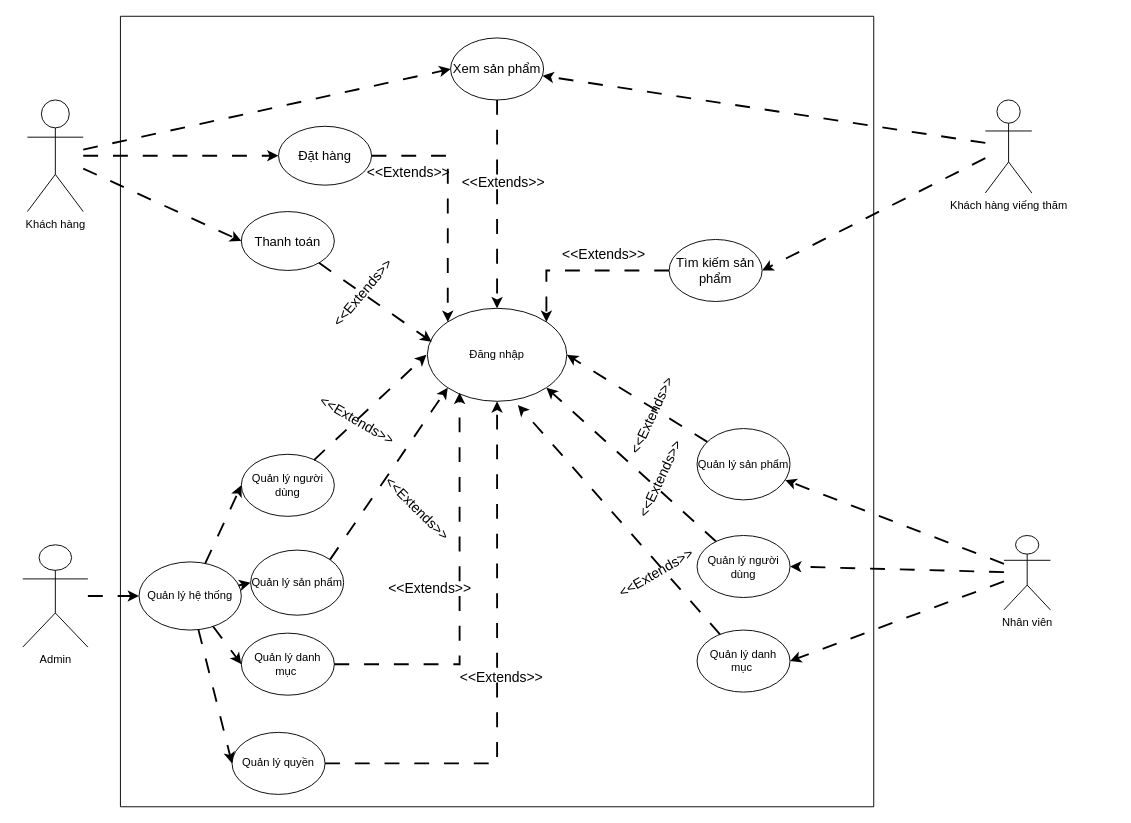
The draw.io diagram Biểu đồ không có tiêu đề.drawio in hoagduc004/BaoCao, before the edit. Source tidied: cells renumbered, new cells numbered last; positions are measured from the earlier drawing's top-left corner, leaving out a move shared by most shapes. Both pictures are drawn from the tidied source at 93%, with x=0, y=0 at pixel (22, 16).
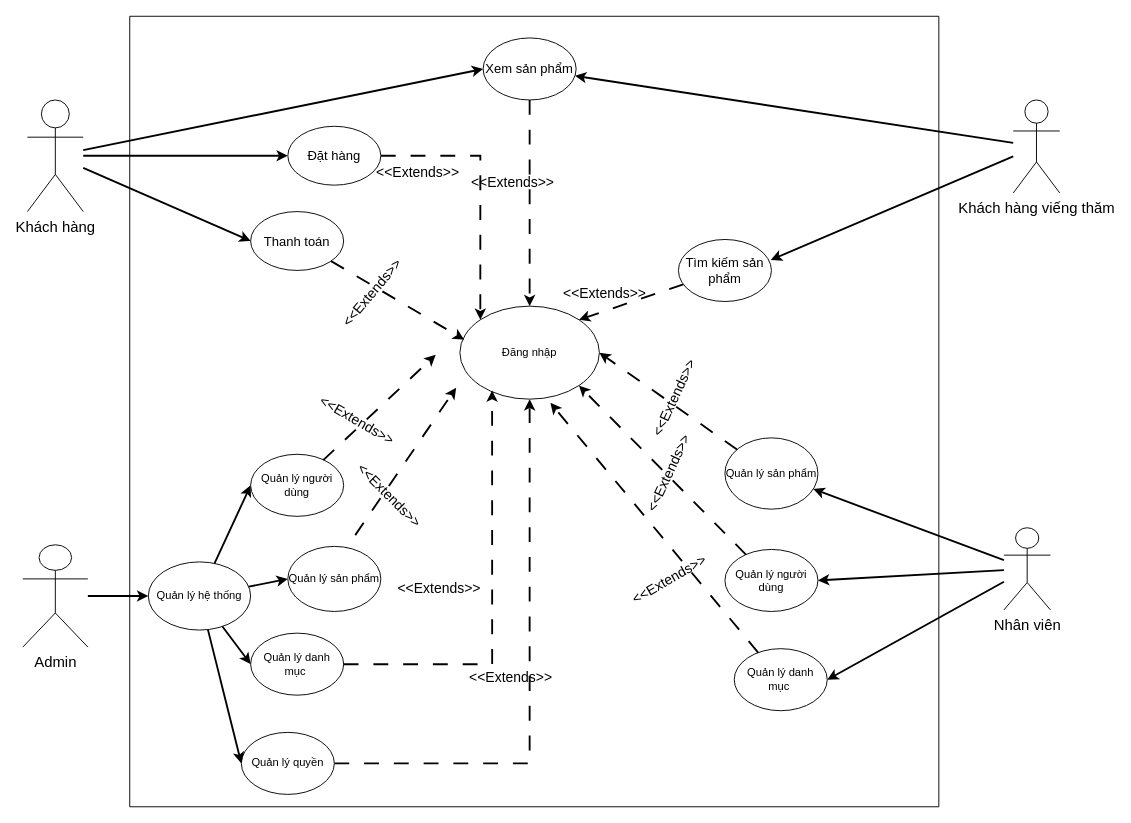
The same page after the edit.

Commit message:
Cập nhật Biểu đồ không có tiêu đề.drawio

The change refers to these unchanged cells:
```xml
<mxCell id="27" value="Quản lý quyền" style="ellipse;whiteSpace=wrap;html=1;" parent="21" vertex="1">
  <mxGeometry x="120" y="770" width="100" height="66.7" as="geometry" />
</mxCell>
<mxCell id="31" value="Quản lý hệ thống" style="ellipse;whiteSpace=wrap;html=1;" parent="21" vertex="1">
  <mxGeometry x="20" y="586.7" width="110" height="73.3" as="geometry" />
</mxCell>
<mxCell id="33" value="Quản lý người dùng" style="ellipse;whiteSpace=wrap;html=1;" parent="21" vertex="1">
  <mxGeometry x="130" y="471" width="100" height="66.7" as="geometry" />
</mxCell>
<mxCell id="38" value="Quản lý danh mục&amp;nbsp;" style="ellipse;whiteSpace=wrap;html=1;" parent="21" vertex="1">
  <mxGeometry x="130" y="663.3" width="100" height="66.7" as="geometry" />
</mxCell>
<mxCell id="42" value="&lt;font style=&quot;font-size: 14px;&quot;&gt;Đặt hàng&lt;/font&gt;" style="ellipse;whiteSpace=wrap;html=1;" parent="21" vertex="1">
  <mxGeometry x="170" y="118.3" width="100" height="63.3" as="geometry" />
</mxCell>
<mxCell id="44" value="&lt;font style=&quot;font-size: 14px;&quot;&gt;Tìm kiếm sản phẩm&lt;/font&gt;" style="ellipse;whiteSpace=wrap;html=1;" parent="21" vertex="1">
  <mxGeometry x="590" y="240" width="100" height="66.7" as="geometry" />
</mxCell>
<mxCell id="47" value="&lt;font style=&quot;font-size: 14px;&quot;&gt;Thanh toán&lt;/font&gt;" style="ellipse;whiteSpace=wrap;html=1;" parent="21" vertex="1">
  <mxGeometry x="130" y="210" width="100" height="63.3" as="geometry" />
</mxCell>
```

The edit, as a diff of the source:
```diff
@@
-    <mxCell id="2" style="rounded=0;jettySize=auto;html=1;entryX=0;entryY=0.5;entryDx=0;entryDy=0;strokeWidth=2;dashed=1;dashPattern=8 8;" parent="1" edge="1" source="3" target="31">
+    <mxCell id="2" style="rounded=0;jettySize=auto;html=1;entryX=0;entryY=0.5;entryDx=0;entryDy=0;strokeWidth=2;" parent="1" edge="1" source="3" target="31">
       <mxGeometry relative="1" as="geometry" />
     </mxCell>
-    <mxCell id="3" value="Admin" style="shape=umlActor;verticalLabelPosition=bottom;verticalAlign=top;html=1;outlineConnect=0;" parent="1" vertex="1">
+    <mxCell id="3" value="&lt;font style=&quot;font-size: 16px;&quot;&gt;Admin&lt;/font&gt;" style="shape=umlActor;verticalLabelPosition=bottom;verticalAlign=top;html=1;outlineConnect=0;" parent="1" vertex="1">
       <mxGeometry y="568.3" width="70" height="110" as="geometry" />
     </mxCell>
-    <mxCell id="4" style="rounded=0;jettySize=auto;html=1;dashed=1;dashPattern=8 8;strokeWidth=2;" parent="1" edge="1" source="7" target="11">
+    <mxCell id="4" style="rounded=0;jettySize=auto;html=1;strokeWidth=2;" parent="1" edge="1" source="7" target="11">
       <mxGeometry relative="1" as="geometry" />
     </mxCell>
-    <mxCell id="5" style="rounded=0;jettySize=auto;html=1;entryX=1;entryY=0.5;entryDx=0;entryDy=0;dashed=1;dashPattern=8 8;strokeWidth=2;" parent="1" edge="1" source="7" target="9">
+    <mxCell id="5" style="rounded=0;jettySize=auto;html=1;entryX=1;entryY=0.5;entryDx=0;entryDy=0;strokeWidth=2;" parent="1" edge="1" source="7" target="9">
       <mxGeometry relative="1" as="geometry" />
     </mxCell>
-    <mxCell id="6" style="rounded=0;jettySize=auto;html=1;entryX=1;entryY=0.5;entryDx=0;entryDy=0;strokeWidth=2;dashed=1;dashPattern=8 8;" parent="1" edge="1" source="7" target="12">
+    <mxCell id="6" style="rounded=0;jettySize=auto;html=1;entryX=1;entryY=0.5;entryDx=0;entryDy=0;strokeWidth=2;" parent="1" edge="1" source="7" target="12">
       <mxGeometry relative="1" as="geometry" />
     </mxCell>
-    <mxCell id="7" value="Nhân viên" style="shape=umlActor;verticalLabelPosition=bottom;verticalAlign=top;html=1;outlineConnect=0;" parent="1" vertex="1">
-      <mxGeometry x="1055" y="558.3" width="50" height="80" as="geometry" />
+    <mxCell id="7" value="&lt;font style=&quot;font-size: 16px;&quot;&gt;Nhân viên&lt;/font&gt;" style="shape=umlActor;verticalLabelPosition=bottom;verticalAlign=top;html=1;outlineConnect=0;" parent="1" vertex="1">
+      <mxGeometry x="1055" y="550" width="50" height="88.3" as="geometry" />
     </mxCell>
-    <mxCell id="8" style="rounded=0;jettySize=auto;html=1;entryX=1;entryY=1;entryDx=0;entryDy=0;dashed=1;dashPattern=8 8;strokeWidth=2;" parent="1" edge="1" source="9" target="22">
-      <mxGeometry relative="1" as="geometry" />
-    </mxCell>
-    <mxCell id="9" value="Quản lý người dùng" style="ellipse;whiteSpace=wrap;html=1;" parent="1" vertex="1">
-      <mxGeometry x="725" y="558.3" width="100" height="66.7" as="geometry" />
-    </mxCell>
-    <mxCell id="10" style="rounded=0;jettySize=auto;html=1;entryX=1;entryY=0.5;entryDx=0;entryDy=0;strokeWidth=2;dashed=1;dashPattern=8 8;" parent="1" edge="1" source="11" target="22">
-      <mxGeometry relative="1" as="geometry" />
-    </mxCell>
-    <mxCell id="11" value="Quản lý sản phẩm" style="ellipse;whiteSpace=wrap;html=1;" parent="1" vertex="1">
-      <mxGeometry x="725" y="443.3" width="100" height="76.7" as="geometry" />
-    </mxCell>
-    <mxCell id="12" value="Quản lý danh mục&amp;nbsp;" style="ellipse;whiteSpace=wrap;html=1;" parent="1" vertex="1">
-      <mxGeometry x="725" y="660" width="100" height="66.7" as="geometry" />
-    </mxCell>
-    <mxCell id="13" style="rounded=0;jettySize=auto;html=1;entryX=0;entryY=0.5;entryDx=0;entryDy=0;dashed=1;dashPattern=8 8;strokeWidth=2;" parent="1" edge="1" source="16" target="42">
+    <mxCell id="13" style="rounded=0;jettySize=auto;html=1;entryX=0;entryY=0.5;entryDx=0;entryDy=0;strokeWidth=2;" parent="1" edge="1" source="16" target="42">
       <mxGeometry relative="1" as="geometry" />
     </mxCell>
-    <mxCell id="14" style="rounded=0;jettySize=auto;html=1;entryX=0;entryY=0.5;entryDx=0;entryDy=0;dashed=1;dashPattern=8 8;strokeWidth=2;" parent="1" edge="1" source="16" target="47">
+    <mxCell id="14" style="rounded=0;jettySize=auto;html=1;entryX=0;entryY=0.5;entryDx=0;entryDy=0;strokeWidth=2;" parent="1" edge="1" source="16" target="47">
       <mxGeometry relative="1" as="geometry" />
     </mxCell>
-    <mxCell id="15" style="rounded=0;jettySize=auto;html=1;entryX=0;entryY=0.5;entryDx=0;entryDy=0;dashed=1;dashPattern=8 8;strokeWidth=2;" parent="1" edge="1" source="16" target="46">
+    <mxCell id="15" style="rounded=0;jettySize=auto;html=1;entryX=0;entryY=0.5;entryDx=0;entryDy=0;strokeWidth=2;" parent="1" edge="1" source="16" target="46">
       <mxGeometry relative="1" as="geometry" />
     </mxCell>
-    <mxCell id="16" value="Khách hàng" style="shape=umlActor;verticalLabelPosition=bottom;verticalAlign=top;html=1;outlineConnect=0;" parent="1" vertex="1">
+    <mxCell id="16" value="&lt;font style=&quot;font-size: 16px;&quot;&gt;Khách hàng&lt;/font&gt;" style="shape=umlActor;verticalLabelPosition=bottom;verticalAlign=top;html=1;outlineConnect=0;" parent="1" vertex="1">
       <mxGeometry x="5" y="90" width="60" height="120" as="geometry" />
     </mxCell>
-    <mxCell id="17" style="rounded=0;jettySize=auto;html=1;dashed=1;dashPattern=8 8;strokeWidth=2;" parent="1" edge="1" source="19" target="46">
+    <mxCell id="17" style="rounded=0;jettySize=auto;html=1;strokeWidth=2;" parent="1" edge="1" source="19" target="46">
       <mxGeometry relative="1" as="geometry" />
     </mxCell>
-    <mxCell id="18" style="rounded=0;jettySize=auto;html=1;entryX=1;entryY=0.5;entryDx=0;entryDy=0;dashed=1;dashPattern=8 8;strokeWidth=2;" parent="1" edge="1" source="19" target="44">
+    <mxCell id="18" style="rounded=0;jettySize=auto;html=1;entryX=0.993;entryY=0.33;entryDx=0;entryDy=0;strokeWidth=2;entryPerimeter=0;" parent="1" edge="1" source="19" target="44">
       <mxGeometry relative="1" as="geometry" />
     </mxCell>
-    <mxCell id="19" value="Khách hàng viếng thăm" style="shape=umlActor;verticalLabelPosition=bottom;verticalAlign=top;html=1;outlineConnect=0;" parent="1" vertex="1">
-      <mxGeometry x="1035" y="90" width="50" height="100" as="geometry" />
+    <mxCell id="19" value="&lt;font style=&quot;font-size: 16px;&quot;&gt;Khách hàng viếng thăm&lt;/font&gt;" style="shape=umlActor;verticalLabelPosition=bottom;verticalAlign=top;html=1;outlineConnect=0;" parent="1" vertex="1">
+      <mxGeometry x="1065" y="90" width="50" height="100" as="geometry" />
     </mxCell>
@@
     <mxCell id="21" style="swimlane;startSize=0;" parent="1" vertex="1">
-      <mxGeometry x="105" width="810" height="850" as="geometry" />
+      <mxGeometry x="115" width="870" height="850" as="geometry" />
     </mxCell>
     <mxCell id="22" value="Đăng nhập" style="ellipse;whiteSpace=wrap;html=1;" parent="21" vertex="1">
-      <mxGeometry x="330" y="314" width="150" height="100" as="geometry" />
+      <mxGeometry x="355" y="311.7" width="150" height="100" as="geometry" />
     </mxCell>
     <mxCell id="23" value="&lt;font style=&quot;font-size: 15px;&quot;&gt;&amp;lt;&amp;lt;Extends&amp;gt;&amp;gt;&lt;/font&gt;" style="text;html=1;align=center;verticalAlign=middle;whiteSpace=wrap;rounded=0;rotation=45;" parent="21" vertex="1">
-      <mxGeometry x="290" y="514" width="60" height="30" as="geometry" />
+      <mxGeometry x="250" y="500" width="60" height="30" as="geometry" />
     </mxCell>
-    <mxCell id="24" style="rounded=0;jettySize=auto;html=1;entryX=0;entryY=1;entryDx=0;entryDy=0;dashed=1;dashPattern=8 8;strokeWidth=2;exitX=1;exitY=0;exitDx=0;exitDy=0;" parent="21" edge="1" source="36" target="22">
-      <mxGeometry relative="1" as="geometry" />
+    <mxCell id="24" style="rounded=0;orthogonalLoop=1;jettySize=auto;html=1;entryX=0;entryY=1;entryDx=0;entryDy=0;dashed=1;dashPattern=8 8;strokeWidth=2;exitX=1;exitY=0;exitDx=0;exitDy=0;" parent="21" edge="1">
+      <mxGeometry relative="1" as="geometry">
+        <mxPoint x="224.4" y="584.3" as="sourcePoint" />
+        <mxPoint x="351" y="399.4" as="targetPoint" />
+      </mxGeometry>
     </mxCell>
@@
     <mxCell id="29" value="&lt;font style=&quot;font-size: 15px;&quot;&gt;&amp;lt;&amp;lt;Extends&amp;gt;&amp;gt;&lt;/font&gt;" style="text;html=1;align=center;verticalAlign=middle;whiteSpace=wrap;rounded=0;rotation=-65;" parent="21" vertex="1">
-      <mxGeometry x="541" y="414" width="60" height="30" as="geometry" />
+      <mxGeometry x="555" y="395" width="60" height="30" as="geometry" />
     </mxCell>
     <mxCell id="30" value="&lt;font style=&quot;font-size: 15px;&quot;&gt;&amp;lt;&amp;lt;Extends&amp;gt;&amp;gt;&lt;/font&gt;" style="text;html=1;align=center;verticalAlign=middle;whiteSpace=wrap;rounded=0;rotation=-30;" parent="21" vertex="1">
-      <mxGeometry x="546" y="583" width="60" height="30" as="geometry" />
+      <mxGeometry x="550" y="590" width="60" height="30" as="geometry" />
     </mxCell>
@@
-    <mxCell id="32" style="rounded=0;jettySize=auto;html=1;entryX=0;entryY=0.5;entryDx=0;entryDy=0;elbow=vertical;dashed=1;dashPattern=8 8;strokeWidth=2;" parent="21" edge="1" source="31" target="27">
+    <mxCell id="32" style="rounded=0;jettySize=auto;html=1;entryX=0;entryY=0.5;entryDx=0;entryDy=0;elbow=vertical;strokeWidth=2;" parent="21" edge="1" source="31" target="27">
       <mxGeometry relative="1" as="geometry" />
     </mxCell>
@@
-    <mxCell id="34" style="rounded=0;jettySize=auto;html=1;entryX=0;entryY=0.5;entryDx=0;entryDy=0;dashed=1;dashPattern=8 8;strokeWidth=2;" parent="21" edge="1" source="31" target="33">
+    <mxCell id="34" style="rounded=0;jettySize=auto;html=1;entryX=0;entryY=0.5;entryDx=0;entryDy=0;strokeWidth=2;" parent="21" edge="1" source="31" target="33">
       <mxGeometry relative="1" as="geometry" />
     </mxCell>
@@
     <mxCell id="36" value="Quản lý sản phẩm" style="ellipse;whiteSpace=wrap;html=1;" parent="21" vertex="1">
-      <mxGeometry x="140" y="574" width="100" height="70" as="geometry" />
+      <mxGeometry x="170" y="570" width="100" height="70" as="geometry" />
     </mxCell>
-    <mxCell id="37" style="rounded=0;jettySize=auto;html=1;entryX=0;entryY=0.5;entryDx=0;entryDy=0;strokeWidth=2;dashed=1;dashPattern=8 8;" parent="21" edge="1" source="31" target="36">
+    <mxCell id="37" style="rounded=0;jettySize=auto;html=1;entryX=0;entryY=0.5;entryDx=0;entryDy=0;strokeWidth=2;" parent="21" edge="1" source="31" target="36">
       <mxGeometry relative="1" as="geometry" />
     </mxCell>
@@
-    <mxCell id="39" style="rounded=0;jettySize=auto;html=1;entryX=0;entryY=0.5;entryDx=0;entryDy=0;dashed=1;dashPattern=8 8;strokeWidth=2;" parent="21" edge="1" source="31" target="38">
+    <mxCell id="39" style="rounded=0;jettySize=auto;html=1;entryX=0;entryY=0.5;entryDx=0;entryDy=0;strokeWidth=2;" parent="21" edge="1" source="31" target="38">
       <mxGeometry relative="1" as="geometry" />
     </mxCell>
@@
-    <mxCell id="43" style="edgeStyle=orthogonalEdgeStyle;rounded=0;jettySize=auto;html=1;entryX=1;entryY=0;entryDx=0;entryDy=0;dashed=1;dashPattern=8 8;strokeWidth=2;" parent="21" edge="1" source="44" target="22">
+    <mxCell id="43" style="rounded=0;jettySize=auto;html=1;entryX=1;entryY=0;entryDx=0;entryDy=0;dashed=1;dashPattern=8 8;strokeWidth=2;" parent="21" edge="1" source="44" target="22">
       <mxGeometry relative="1" as="geometry" />
     </mxCell>
@@
     <mxCell id="46" value="&lt;font style=&quot;font-size: 14px;&quot;&gt;Xem sản phẩm&lt;/font&gt;" style="ellipse;whiteSpace=wrap;html=1;" parent="21" vertex="1">
-      <mxGeometry x="355" y="23.3" width="100" height="66.7" as="geometry" />
+      <mxGeometry x="380" y="23.3" width="100" height="66.7" as="geometry" />
     </mxCell>
@@
     <mxCell id="49" value="&lt;font style=&quot;font-size: 15px;&quot;&gt;&amp;lt;&amp;lt;Extends&amp;gt;&amp;gt;&lt;/font&gt;" style="text;html=1;align=center;verticalAlign=middle;whiteSpace=wrap;rounded=0;rotation=0;" parent="21" vertex="1">
-      <mxGeometry x="490" y="240" width="60" height="30" as="geometry" />
+      <mxGeometry x="481" y="281.7" width="60" height="30" as="geometry" />
     </mxCell>
@@
+    <mxCell id="11" value="Quản lý sản phẩm" style="ellipse;whiteSpace=wrap;html=1;" parent="21" vertex="1">
+      <mxGeometry x="640" y="453.3" width="100" height="76.7" as="geometry" />
+    </mxCell>
+    <mxCell id="10" style="rounded=0;jettySize=auto;html=1;entryX=1;entryY=0.5;entryDx=0;entryDy=0;strokeWidth=2;dashed=1;dashPattern=8 8;" parent="21" edge="1" source="11" target="22">
+      <mxGeometry relative="1" as="geometry" />
+    </mxCell>
+    <mxCell id="9" value="Quản lý người dùng" style="ellipse;whiteSpace=wrap;html=1;" parent="21" vertex="1">
+      <mxGeometry x="640" y="573.3" width="100" height="66.7" as="geometry" />
+    </mxCell>
+    <mxCell id="8" style="rounded=0;jettySize=auto;html=1;entryX=1;entryY=1;entryDx=0;entryDy=0;dashed=1;dashPattern=8 8;strokeWidth=2;" parent="21" edge="1" source="9" target="22">
+      <mxGeometry relative="1" as="geometry" />
+    </mxCell>
+    <mxCell id="12" value="Quản lý danh mục&amp;nbsp;" style="ellipse;whiteSpace=wrap;html=1;" parent="21" vertex="1">
+      <mxGeometry x="650" y="680" width="100" height="66.7" as="geometry" />
+    </mxCell>
+    <mxCell id="54" style="rounded=0;jettySize=auto;html=1;entryX=0.649;entryY=1.04;entryDx=0;entryDy=0;entryPerimeter=0;dashed=1;dashPattern=8 8;strokeWidth=2;" parent="21" edge="1" source="12" target="22">
+      <mxGeometry relative="1" as="geometry" />
+    </mxCell>
     <mxCell id="53" value="&lt;font style=&quot;font-size: 15px;&quot;&gt;&amp;lt;&amp;lt;Extends&amp;gt;&amp;gt;&lt;/font&gt;" style="text;html=1;align=center;verticalAlign=middle;whiteSpace=wrap;rounded=0;rotation=-65;" parent="1" vertex="1">
-      <mxGeometry x="655" y="482" width="60" height="30" as="geometry" />
+      <mxGeometry x="664" y="476" width="60" height="30" as="geometry" />
     </mxCell>
-    <mxCell id="54" style="rounded=0;jettySize=auto;html=1;entryX=0.649;entryY=1.04;entryDx=0;entryDy=0;entryPerimeter=0;dashed=1;dashPattern=8 8;strokeWidth=2;" parent="1" edge="1" source="12" target="22">
-      <mxGeometry relative="1" as="geometry" />
-    </mxCell>
```
